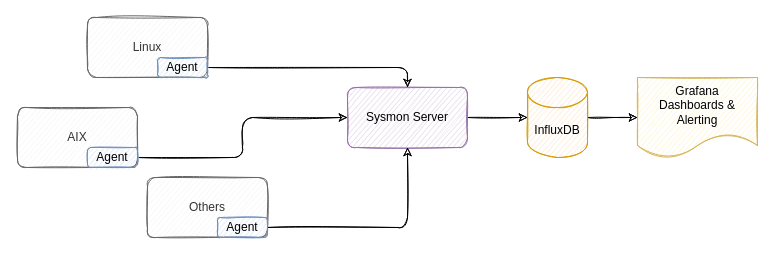
Earlier version of the draw.io diagram doc/sysmon.drawio (mnellemann/sysmon). Source tidied: cells renumbered, new cells numbered last; positions are measured from the earlier drawing's top-left corner, leaving out a move shared by most shapes. Both pictures are drawn from the tidied source at 100%, with x=0, y=0 at pixel (17, 17).
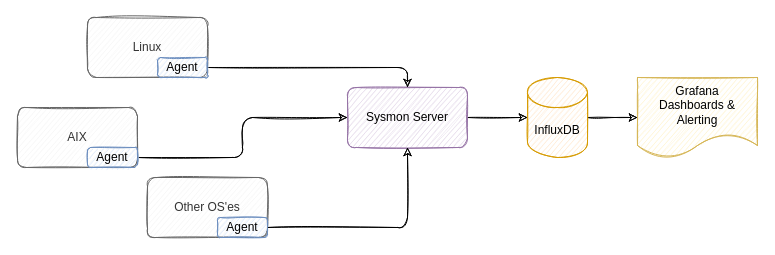
The same diagram, later.

What changed in the source:
```diff
@@
 <mxGraphModel>
   <root>
     <mxCell id="0" />
     <mxCell id="1" parent="0" />
     <mxCell id="2" value="Linux" style="rounded=1;whiteSpace=wrap;html=1;sketch=1;fillColor=#f5f5f5;fontColor=#333333;strokeColor=#666666;" parent="1" vertex="1">
       <mxGeometry x="70" width="120" height="60" as="geometry" />
     </mxCell>
     <mxCell id="3" value="AIX" style="rounded=1;whiteSpace=wrap;html=1;sketch=1;fillColor=#f5f5f5;fontColor=#333333;strokeColor=#666666;" parent="1" vertex="1">
       <mxGeometry y="90" width="120" height="60" as="geometry" />
     </mxCell>
     <mxCell id="4" style="edgeStyle=orthogonalEdgeStyle;rounded=1;jettySize=auto;html=1;sketch=1;" parent="1" edge="1" source="5" target="7">
       <mxGeometry relative="1" as="geometry" />
     </mxCell>
     <mxCell id="5" value="Sysmon Server" style="rounded=1;whiteSpace=wrap;html=1;sketch=1;fillColor=#e1d5e7;strokeColor=#9673a6;" parent="1" vertex="1">
       <mxGeometry x="330" y="70" width="120" height="60" as="geometry" />
     </mxCell>
     <mxCell id="6" style="edgeStyle=orthogonalEdgeStyle;rounded=1;jettySize=auto;html=1;sketch=1;" parent="1" edge="1" source="7" target="8">
       <mxGeometry relative="1" as="geometry" />
     </mxCell>
     <mxCell id="7" value="InfluxDB" style="shape=cylinder3;whiteSpace=wrap;html=1;boundedLbl=1;backgroundOutline=1;size=15;sketch=1;fillColor=#ffe6cc;strokeColor=#d79b00;" parent="1" vertex="1">
       <mxGeometry x="510" y="60" width="60" height="80" as="geometry" />
     </mxCell>
     <mxCell id="8" value="Grafana&lt;br&gt;Dashboards &amp;amp; Alerting" style="shape=document;whiteSpace=wrap;html=1;boundedLbl=1;sketch=1;fillColor=#fff2cc;strokeColor=#d6b656;" parent="1" vertex="1">
       <mxGeometry x="620" y="60" width="120" height="80" as="geometry" />
     </mxCell>
-    <mxCell id="9" value="Others" style="rounded=1;whiteSpace=wrap;html=1;sketch=1;fillColor=#f5f5f5;fontColor=#333333;strokeColor=#666666;" parent="1" vertex="1">
+    <mxCell id="9" value="Other OS'es" style="rounded=1;whiteSpace=wrap;html=1;sketch=1;fillColor=#f5f5f5;fontColor=#333333;strokeColor=#666666;" parent="1" vertex="1">
       <mxGeometry x="130" y="160" width="120" height="60" as="geometry" />
     </mxCell>
     <mxCell id="10" style="edgeStyle=orthogonalEdgeStyle;rounded=1;sketch=1;jettySize=auto;html=1;" parent="1" edge="1" source="11" target="5">
       <mxGeometry relative="1" as="geometry" />
     </mxCell>
     <mxCell id="11" value="Agent" style="rounded=1;whiteSpace=wrap;html=1;fillColor=#dae8fc;strokeColor=#6c8ebf;sketch=1;" parent="1" vertex="1">
       <mxGeometry x="140" y="40" width="50" height="20" as="geometry" />
     </mxCell>
     <mxCell id="12" style="edgeStyle=orthogonalEdgeStyle;rounded=1;sketch=1;jettySize=auto;html=1;" parent="1" edge="1" source="13" target="5">
       <mxGeometry relative="1" as="geometry" />
     </mxCell>
     <mxCell id="13" value="Agent" style="rounded=1;whiteSpace=wrap;html=1;fillColor=#dae8fc;strokeColor=#6c8ebf;sketch=1;" parent="1" vertex="1">
       <mxGeometry x="70" y="130" width="50" height="20" as="geometry" />
     </mxCell>
     <mxCell id="14" style="edgeStyle=orthogonalEdgeStyle;rounded=1;sketch=1;jettySize=auto;html=1;" parent="1" edge="1" source="15" target="5">
       <mxGeometry relative="1" as="geometry" />
     </mxCell>
     <mxCell id="15" value="Agent" style="rounded=1;whiteSpace=wrap;html=1;fillColor=#dae8fc;strokeColor=#6c8ebf;sketch=1;" parent="1" vertex="1">
       <mxGeometry x="200" y="200" width="50" height="20" as="geometry" />
     </mxCell>
   </root>
 </mxGraphModel>
```
